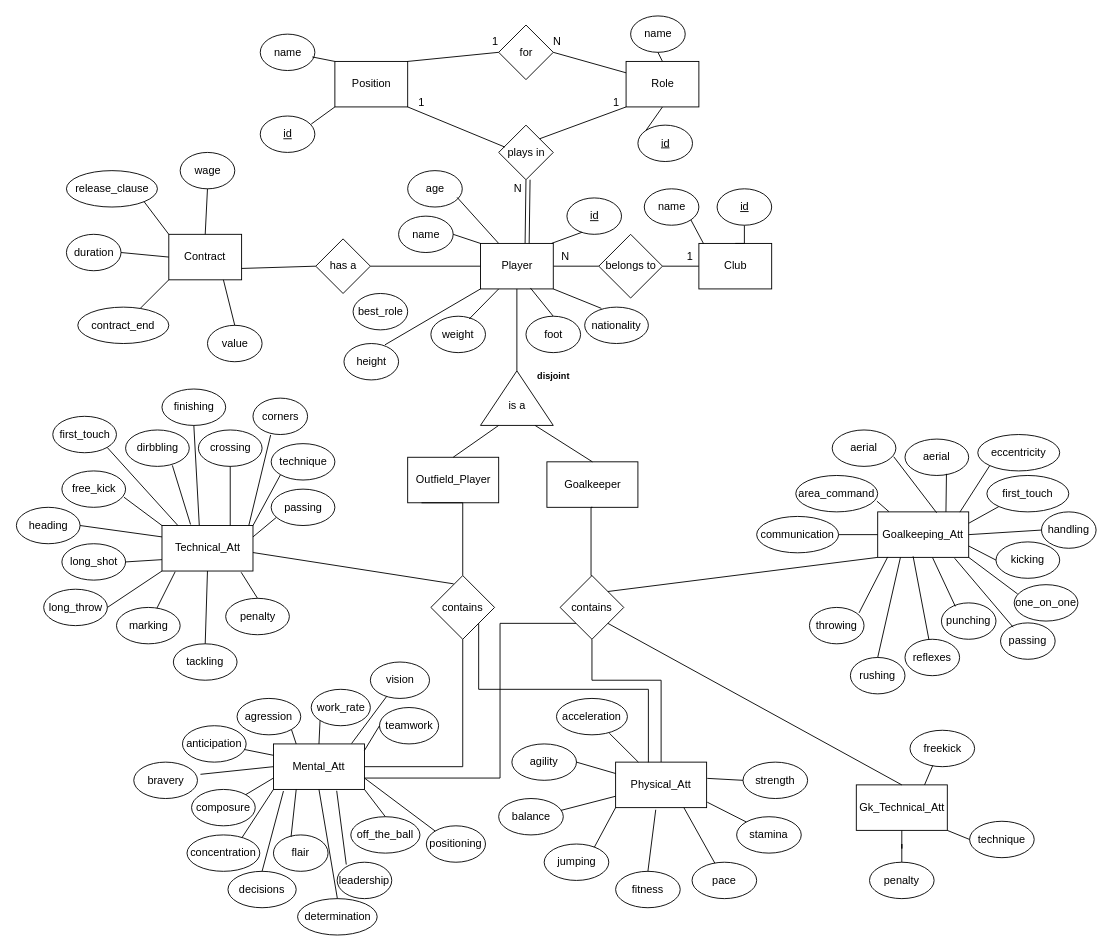
Before: score_savant.drawio in guilherme096/score-savant, a draw.io diagram. Source tidied: cells renumbered, new cells numbered last; positions are measured from the earlier drawing's top-left corner, leaving out a move shared by most shapes. Both pictures are drawn from the tidied source at 91%, with x=0, y=0 at pixel (15, 15).
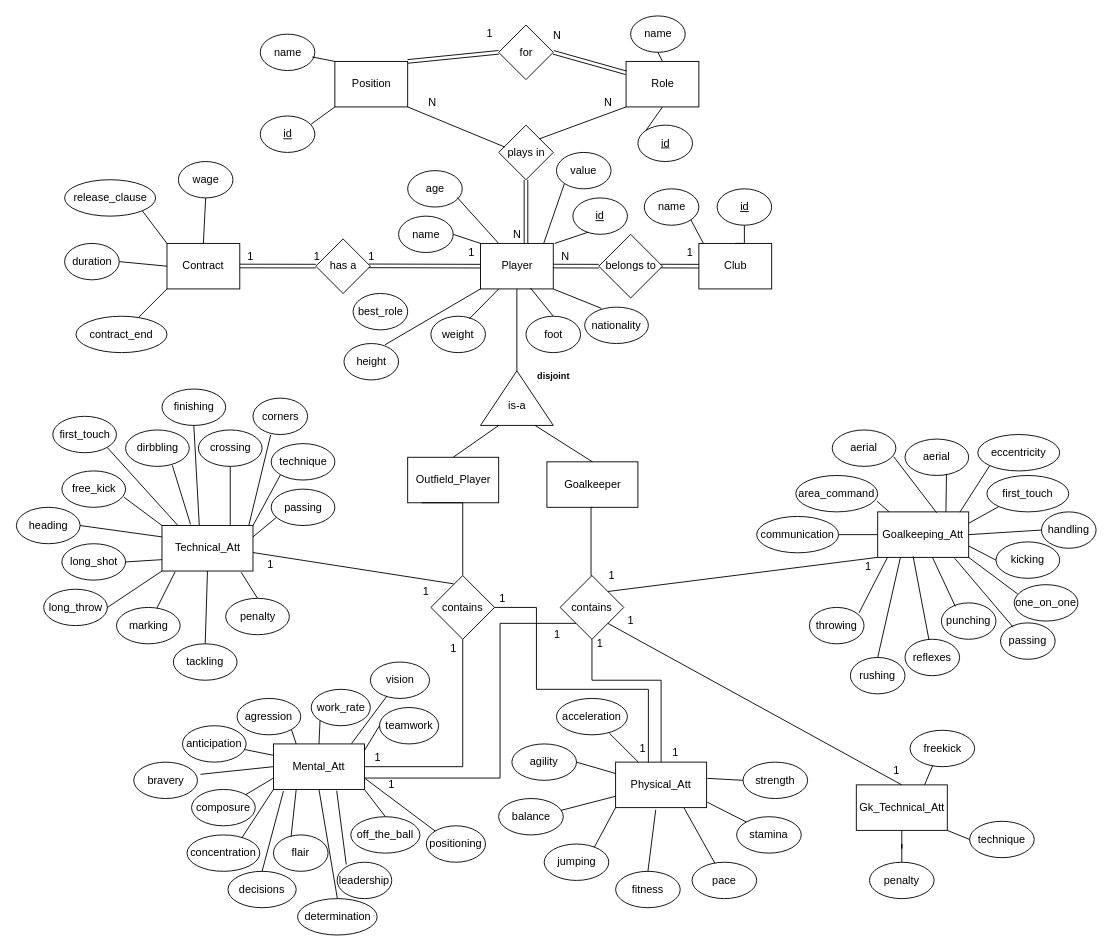
Above is the later version.

Commit message (it also covers changes not shown here):
update shceme and scrape script

Unchanged cells that the change refers to:
```xml
<mxCell id="3" value="Player" style="rounded=0;whiteSpace=wrap;html=1;" parent="1" vertex="1">
  <mxGeometry x="510.5" y="250" width="80" height="50" as="geometry" />
</mxCell>
<mxCell id="15" value="Club" style="rounded=0;whiteSpace=wrap;html=1;" parent="1" vertex="1">
  <mxGeometry x="750.5" y="250" width="80" height="50" as="geometry" />
</mxCell>
<mxCell id="16" value="belongs to" style="rhombus;whiteSpace=wrap;html=1;" parent="1" vertex="1">
  <mxGeometry x="640.5" y="240" width="70" height="70" as="geometry" />
</mxCell>
<mxCell id="18" value="N" style="text;html=1;align=center;verticalAlign=middle;whiteSpace=wrap;rounded=0;" parent="1" vertex="1">
  <mxGeometry x="573.5" y="250" width="60" height="30" as="geometry" />
</mxCell>
<mxCell id="34" value="Physical_Att" style="rounded=0;whiteSpace=wrap;html=1;" parent="1" vertex="1">
  <mxGeometry x="659" y="820" width="100" height="50" as="geometry" />
</mxCell>
<mxCell id="101" value="contains" style="rhombus;whiteSpace=wrap;html=1;" parent="1" vertex="1">
  <mxGeometry x="456" y="615" width="70" height="70" as="geometry" />
</mxCell>
<mxCell id="154" value="Position" style="rounded=0;whiteSpace=wrap;html=1;" parent="1" vertex="1">
  <mxGeometry x="350.5" y="50" width="80" height="50" as="geometry" />
</mxCell>
<mxCell id="163" value="Role" style="rounded=0;whiteSpace=wrap;html=1;" parent="1" vertex="1">
  <mxGeometry x="670.5" y="50" width="80" height="50" as="geometry" />
</mxCell>
<mxCell id="164" value="plays in" style="rhombus;whiteSpace=wrap;html=1;" parent="1" vertex="1">
  <mxGeometry x="530.5" y="120" width="60" height="60" as="geometry" />
</mxCell>
<mxCell id="168" value="for" style="rhombus;whiteSpace=wrap;html=1;" parent="1" vertex="1">
  <mxGeometry x="530.5" y="10" width="60" height="60" as="geometry" />
</mxCell>
```

What changed in the source:
```diff
@@
-    <mxCell id="2" style="edgeStyle=orthogonalEdgeStyle;rounded=0;jettySize=auto;html=1;entryX=0;entryY=0.5;entryDx=0;entryDy=0;endArrow=none;endFill=0;" parent="1" edge="1" source="3" target="16">
-      <mxGeometry relative="1" as="geometry" />
-    </mxCell>
@@
-    <mxCell id="14" style="edgeStyle=orthogonalEdgeStyle;rounded=0;jettySize=auto;html=1;entryX=1;entryY=0.5;entryDx=0;entryDy=0;endArrow=none;endFill=0;" parent="1" edge="1" source="15" target="16">
-      <mxGeometry relative="1" as="geometry" />
-    </mxCell>
@@
     <mxCell id="17" value="1" style="text;html=1;align=center;verticalAlign=middle;whiteSpace=wrap;rounded=0;" parent="1" vertex="1">
-      <mxGeometry x="710.5" y="250" width="60" height="30" as="geometry" />
+      <mxGeometry x="710.5" y="250" width="60" height="20" as="geometry" />
     </mxCell>
@@
     <mxCell id="21" value="&lt;u&gt;id&lt;/u&gt;" style="ellipse;whiteSpace=wrap;html=1;" parent="1" vertex="1">
-      <mxGeometry x="605.5" y="200" width="60" height="40" as="geometry" />
+      <mxGeometry x="612" y="200" width="60" height="40" as="geometry" />
     </mxCell>
-    <mxCell id="22" style="endArrow=none;html=1;rounded=0;exitX=0.25;exitY=0;exitDx=0;exitDy=0;entryX=0.274;entryY=0.945;entryDx=0;entryDy=0;entryPerimeter=0;" parent="1" edge="1" source="18" target="21">
-      <mxGeometry relative="1" as="geometry" />
+    <mxCell id="22" style="endArrow=none;html=1;rounded=0;entryX=0.274;entryY=0.945;entryDx=0;entryDy=0;entryPerimeter=0;" parent="1" edge="1" target="21">
+      <mxGeometry relative="1" as="geometry">
+        <mxPoint x="592" y="250" as="sourcePoint" />
+      </mxGeometry>
     </mxCell>
@@
-    <mxCell id="27" value="&lt;div&gt;&lt;br&gt;&lt;/div&gt;is a" style="triangle;whiteSpace=wrap;html=1;direction=north;rounded=0;" parent="1" vertex="1">
+    <mxCell id="27" value="&lt;div&gt;&lt;br&gt;&lt;/div&gt;is-a" style="triangle;whiteSpace=wrap;html=1;direction=north;rounded=0;" parent="1" vertex="1">
       <mxGeometry x="510.5" y="390" width="80" height="60" as="geometry" />
     </mxCell>
@@
-    <mxCell id="166" style="endArrow=none;html=1;rounded=0;entryX=0.5;entryY=1;entryDx=0;entryDy=0;exitX=0.613;exitY=-0.008;exitDx=0;exitDy=0;exitPerimeter=0;" parent="1" edge="1" source="3" target="164">
-      <mxGeometry relative="1" as="geometry" />
-    </mxCell>
@@
-    <mxCell id="169" style="endArrow=none;html=1;rounded=0;entryX=1;entryY=0;entryDx=0;entryDy=0;exitX=0;exitY=0.5;exitDx=0;exitDy=0;" parent="1" edge="1" source="168" target="154">
-      <mxGeometry relative="1" as="geometry" />
-    </mxCell>
-    <mxCell id="170" style="endArrow=none;html=1;rounded=0;entryX=1;entryY=0.5;entryDx=0;entryDy=0;exitX=0;exitY=0.25;exitDx=0;exitDy=0;" parent="1" edge="1" source="163" target="168">
-      <mxGeometry relative="1" as="geometry" />
-    </mxCell>
     <mxCell id="171" value="1" style="text;html=1;align=center;verticalAlign=middle;whiteSpace=wrap;rounded=0;" parent="1" vertex="1">
-      <mxGeometry x="497" y="13" width="60" height="30" as="geometry" />
+      <mxGeometry x="490.5" y="5" width="60" height="30" as="geometry" />
     </mxCell>
     <mxCell id="172" value="N" style="text;html=1;align=center;verticalAlign=middle;whiteSpace=wrap;rounded=0;" parent="1" vertex="1">
-      <mxGeometry x="565" y="13" width="60" height="30" as="geometry" />
+      <mxGeometry x="565" y="13" width="60" height="17" as="geometry" />
     </mxCell>
-    <mxCell id="173" value="N" style="text;html=1;align=center;verticalAlign=middle;whiteSpace=wrap;rounded=0;" parent="1" vertex="1">
-      <mxGeometry x="521.5" y="175" width="60" height="30" as="geometry" />
-    </mxCell>
-    <mxCell id="174" value="1" style="text;html=1;align=center;verticalAlign=middle;whiteSpace=wrap;rounded=0;" parent="1" vertex="1">
-      <mxGeometry x="415.5" y="80" width="60" height="30" as="geometry" />
+    <mxCell id="174" value="N" style="text;html=1;align=center;verticalAlign=middle;whiteSpace=wrap;rounded=0;" parent="1" vertex="1">
+      <mxGeometry x="428" y="80" width="60" height="30" as="geometry" />
     </mxCell>
-    <mxCell id="175" value="1" style="text;html=1;align=center;verticalAlign=middle;whiteSpace=wrap;rounded=0;" parent="1" vertex="1">
-      <mxGeometry x="630" y="80" width="60" height="30" as="geometry" />
+    <mxCell id="175" value="N" style="text;html=1;align=center;verticalAlign=middle;whiteSpace=wrap;rounded=0;" parent="1" vertex="1">
+      <mxGeometry x="620.5" y="80" width="60" height="30" as="geometry" />
     </mxCell>
-    <mxCell id="176" style="endArrow=none;html=1;rounded=0;entryX=0.5;entryY=1;entryDx=0;entryDy=0;exitX=0.613;exitY=-0.008;exitDx=0;exitDy=0;exitPerimeter=0;" parent="1" edge="1">
-      <mxGeometry relative="1" as="geometry">
-        <mxPoint x="564" y="250" as="sourcePoint" />
-        <mxPoint x="565" y="180" as="targetPoint" />
-      </mxGeometry>
-    </mxCell>
@@
-    <mxCell id="178" style="edgeStyle=orthogonalEdgeStyle;rounded=0;jettySize=auto;html=1;exitX=1;exitY=1;exitDx=0;exitDy=0;entryX=0.36;entryY=0.004;entryDx=0;entryDy=0;entryPerimeter=0;endArrow=none;endFill=0;" parent="1" edge="1" source="101" target="34">
+    <mxCell id="178" style="edgeStyle=orthogonalEdgeStyle;rounded=0;jettySize=auto;html=1;exitX=1;exitY=0.5;exitDx=0;exitDy=0;entryX=0.36;entryY=0.004;entryDx=0;entryDy=0;entryPerimeter=0;endArrow=none;endFill=0;" parent="1" edge="1" source="101" target="34">
       <mxGeometry relative="1" as="geometry">
         <Array as="points">
-          <mxPoint x="509" y="740" />
+          <mxPoint x="526" y="650" />
+          <mxPoint x="572" y="650" />
+          <mxPoint x="572" y="740" />
           <mxPoint x="695" y="740" />
         </Array>
       </mxGeometry>
     </mxCell>
     <mxCell id="179" value="Contract" style="rounded=0;whiteSpace=wrap;html=1;" parent="1" vertex="1">
-      <mxGeometry x="168" y="240" width="80" height="50" as="geometry" />
+      <mxGeometry x="166" y="250" width="80" height="50" as="geometry" />
     </mxCell>
     <mxCell id="180" value="wage" style="ellipse;whiteSpace=wrap;html=1;" parent="1" vertex="1">
-      <mxGeometry x="180.5" y="150" width="60" height="40" as="geometry" />
+      <mxGeometry x="178.5" y="160" width="60" height="40" as="geometry" />
     </mxCell>
     <mxCell id="181" value="duration" style="ellipse;whiteSpace=wrap;html=1;" parent="1" vertex="1">
-      <mxGeometry x="55.5" y="240" width="60" height="40" as="geometry" />
+      <mxGeometry x="53.5" y="250" width="60" height="40" as="geometry" />
     </mxCell>
     <mxCell id="182" value="release_clause" style="ellipse;whiteSpace=wrap;html=1;" parent="1" vertex="1">
-      <mxGeometry x="55.5" y="170" width="100" height="40" as="geometry" />
+      <mxGeometry x="53.5" y="180" width="100" height="40" as="geometry" />
     </mxCell>
     <mxCell id="183" value="contract_end" style="ellipse;whiteSpace=wrap;html=1;" parent="1" vertex="1">
-      <mxGeometry x="68" y="320" width="100" height="40" as="geometry" />
+      <mxGeometry x="66" y="330" width="100" height="40" as="geometry" />
     </mxCell>
     <mxCell id="184" value="value" style="ellipse;whiteSpace=wrap;html=1;" parent="1" vertex="1">
-      <mxGeometry x="210.5" y="340" width="60" height="40" as="geometry" />
+      <mxGeometry x="594" y="150" width="60" height="40" as="geometry" />
     </mxCell>
-    <mxCell id="185" style="endArrow=none;html=1;rounded=0;exitX=0.5;exitY=0;exitDx=0;exitDy=0;entryX=0.75;entryY=1;entryDx=0;entryDy=0;" parent="1" edge="1" source="184" target="179">
-      <mxGeometry relative="1" as="geometry" />
-    </mxCell>
@@
+    <mxCell id="191" value="has a" style="rhombus;whiteSpace=wrap;html=1;" parent="1" vertex="1">
+      <mxGeometry x="329.5" y="245" width="60" height="60" as="geometry" />
+    </mxCell>
+    <mxCell id="193" value="best_role" style="ellipse;whiteSpace=wrap;html=1;" parent="1" vertex="1">
+      <mxGeometry x="370.5" y="305" width="60" height="40" as="geometry" />
+    </mxCell>
+    <mxCell id="194" value="1" style="text;html=1;align=center;verticalAlign=middle;whiteSpace=wrap;rounded=0;" parent="1" vertex="1">
+      <mxGeometry x="420.5" y="618" width="60" height="30" as="geometry" />
+    </mxCell>
+    <mxCell id="195" value="1" style="text;html=1;align=center;verticalAlign=middle;whiteSpace=wrap;rounded=0;" parent="1" vertex="1">
+      <mxGeometry x="249.5" y="588" width="60" height="30" as="geometry" />
+    </mxCell>
+    <mxCell id="196" value="1" style="text;html=1;align=center;verticalAlign=middle;whiteSpace=wrap;rounded=0;" parent="1" vertex="1">
+      <mxGeometry x="451" y="680" width="60" height="30" as="geometry" />
+    </mxCell>
+    <mxCell id="197" value="1" style="text;html=1;align=center;verticalAlign=middle;whiteSpace=wrap;rounded=0;" parent="1" vertex="1">
+      <mxGeometry x="505" y="625" width="60" height="30" as="geometry" />
+    </mxCell>
+    <mxCell id="198" value="1" style="text;html=1;align=center;verticalAlign=middle;whiteSpace=wrap;rounded=0;" parent="1" vertex="1">
+      <mxGeometry x="565" y="665" width="60" height="30" as="geometry" />
+    </mxCell>
+    <mxCell id="199" value="1" style="text;html=1;align=center;verticalAlign=middle;whiteSpace=wrap;rounded=0;" parent="1" vertex="1">
+      <mxGeometry x="612" y="675" width="60" height="30" as="geometry" />
+    </mxCell>
+    <mxCell id="200" value="1" style="text;html=1;align=center;verticalAlign=middle;whiteSpace=wrap;rounded=0;" parent="1" vertex="1">
+      <mxGeometry x="645.5" y="650" width="60" height="30" as="geometry" />
+    </mxCell>
+    <mxCell id="201" value="1" style="text;html=1;align=center;verticalAlign=middle;whiteSpace=wrap;rounded=0;" parent="1" vertex="1">
+      <mxGeometry x="625" y="600" width="60" height="30" as="geometry" />
+    </mxCell>
+    <mxCell id="202" value="1" style="text;html=1;align=center;verticalAlign=middle;whiteSpace=wrap;rounded=0;" parent="1" vertex="1">
+      <mxGeometry x="368" y="800" width="60" height="30" as="geometry" />
+    </mxCell>
+    <mxCell id="203" value="1" style="text;html=1;align=center;verticalAlign=middle;whiteSpace=wrap;rounded=0;" parent="1" vertex="1">
+      <mxGeometry x="383" y="830" width="60" height="30" as="geometry" />
+    </mxCell>
+    <mxCell id="204" value="1" style="text;html=1;align=center;verticalAlign=middle;whiteSpace=wrap;rounded=0;" parent="1" vertex="1">
+      <mxGeometry x="695" y="795" width="60" height="30" as="geometry" />
+    </mxCell>
+    <mxCell id="205" value="1" style="text;html=1;align=center;verticalAlign=middle;whiteSpace=wrap;rounded=0;" parent="1" vertex="1">
+      <mxGeometry x="659" y="790" width="60" height="30" as="geometry" />
+    </mxCell>
+    <mxCell id="206" value="1" style="text;html=1;align=center;verticalAlign=middle;whiteSpace=wrap;rounded=0;" parent="1" vertex="1">
+      <mxGeometry x="938" y="815" width="60" height="30" as="geometry" />
+    </mxCell>
+    <mxCell id="207" value="1" style="text;html=1;align=center;verticalAlign=middle;whiteSpace=wrap;rounded=0;" parent="1" vertex="1">
+      <mxGeometry x="907" y="590" width="60" height="30" as="geometry" />
+    </mxCell>
+    <mxCell id="208" style="shape=link;html=1;rounded=0;entryX=0;entryY=0.5;entryDx=0;entryDy=0;" parent="1" edge="1" target="16">
+      <mxGeometry relative="1" as="geometry">
+        <mxPoint x="590.5" y="274.9" as="sourcePoint" />
+      </mxGeometry>
+    </mxCell>
+    <mxCell id="209" style="shape=link;html=1;rounded=0;entryX=0;entryY=0.5;entryDx=0;entryDy=0;" parent="1" edge="1" target="15">
+      <mxGeometry relative="1" as="geometry">
+        <mxPoint x="708.5" y="274.9" as="sourcePoint" />
+      </mxGeometry>
+    </mxCell>
+    <mxCell id="210" value="1" style="text;html=1;align=center;verticalAlign=middle;whiteSpace=wrap;rounded=0;" parent="1" vertex="1">
+      <mxGeometry x="227.5" y="250" width="60" height="30" as="geometry" />
+    </mxCell>
+    <mxCell id="211" value="1" style="text;html=1;align=center;verticalAlign=middle;whiteSpace=wrap;rounded=0;" parent="1" vertex="1">
+      <mxGeometry x="300.5" y="255" width="60" height="20" as="geometry" />
+    </mxCell>
+    <mxCell id="212" value="1" style="text;html=1;align=center;verticalAlign=middle;whiteSpace=wrap;rounded=0;" parent="1" vertex="1">
+      <mxGeometry x="360.5" y="255" width="60" height="20" as="geometry" />
+    </mxCell>
+    <mxCell id="213" value="1" style="text;html=1;align=center;verticalAlign=middle;whiteSpace=wrap;rounded=0;" parent="1" vertex="1">
+      <mxGeometry x="470.5" y="250" width="60" height="20" as="geometry" />
+    </mxCell>
+    <mxCell id="214" style="shape=link;html=1;rounded=0;" parent="1" edge="1" target="191">
+      <mxGeometry relative="1" as="geometry">
+        <mxPoint x="246" y="274.8" as="sourcePoint" />
+      </mxGeometry>
+    </mxCell>
-    <mxCell id="190" style="edgeStyle=orthogonalEdgeStyle;rounded=0;jettySize=auto;html=1;exitX=1;exitY=0.5;exitDx=0;exitDy=0;entryX=0;entryY=0.5;entryDx=0;entryDy=0;endArrow=none;endFill=0;" parent="1" edge="1" source="191" target="3">
+    <mxCell id="190" style="shape=link;html=1;rounded=0;entryX=0;entryY=0.5;entryDx=0;entryDy=0;exitX=0.97;exitY=0.494;exitDx=0;exitDy=0;exitPerimeter=0;" parent="1" edge="1" source="191" target="3">
       <mxGeometry relative="1" as="geometry" />
     </mxCell>
-    <mxCell id="191" value="has a" style="rhombus;whiteSpace=wrap;html=1;" parent="1" vertex="1">
-      <mxGeometry x="329.5" y="245" width="60" height="60" as="geometry" />
-    </mxCell>
-    <mxCell id="192" style="endArrow=none;html=1;rounded=0;entryX=0;entryY=0.5;entryDx=0;entryDy=0;exitX=1;exitY=0.75;exitDx=0;exitDy=0;" parent="1" edge="1" source="179" target="191">
-      <mxGeometry relative="1" as="geometry" />
-    </mxCell>
-    <mxCell id="193" value="best_role" style="ellipse;whiteSpace=wrap;html=1;" parent="1" vertex="1">
-      <mxGeometry x="370.5" y="305" width="60" height="40" as="geometry" />
-    </mxCell>
+    <mxCell id="215" style="shape=link;html=1;rounded=0;exitX=0.5;exitY=1;exitDx=0;exitDy=0;entryX=0.625;entryY=0;entryDx=0;entryDy=0;entryPerimeter=0;" parent="1" edge="1" source="164" target="3">
+      <mxGeometry relative="1" as="geometry" />
+    </mxCell>
+    <mxCell id="173" value="N" style="text;html=1;align=center;verticalAlign=middle;whiteSpace=wrap;rounded=0;" parent="1" vertex="1">
+      <mxGeometry x="520.5" y="225" width="60" height="30" as="geometry" />
+    </mxCell>
+    <mxCell id="216" style="shape=link;html=1;rounded=0;exitX=1;exitY=0;exitDx=0;exitDy=0;entryX=0;entryY=0.5;entryDx=0;entryDy=0;" parent="1" edge="1" source="154" target="168">
+      <mxGeometry relative="1" as="geometry" />
+    </mxCell>
+    <mxCell id="170" style="shape=link;html=1;rounded=0;exitX=0;exitY=0.25;exitDx=0;exitDy=0;entryX=1;entryY=0.5;entryDx=0;entryDy=0;" parent="1" edge="1" source="163" target="168">
+      <mxGeometry relative="1" as="geometry" />
+    </mxCell>
+    <mxCell id="217" style="endArrow=none;html=1;rounded=0;entryX=0;entryY=1;entryDx=0;entryDy=0;exitX=0.109;exitY=-0.005;exitDx=0;exitDy=0;exitPerimeter=0;" parent="1" edge="1" source="18" target="184">
+      <mxGeometry relative="1" as="geometry" />
+    </mxCell>
```
